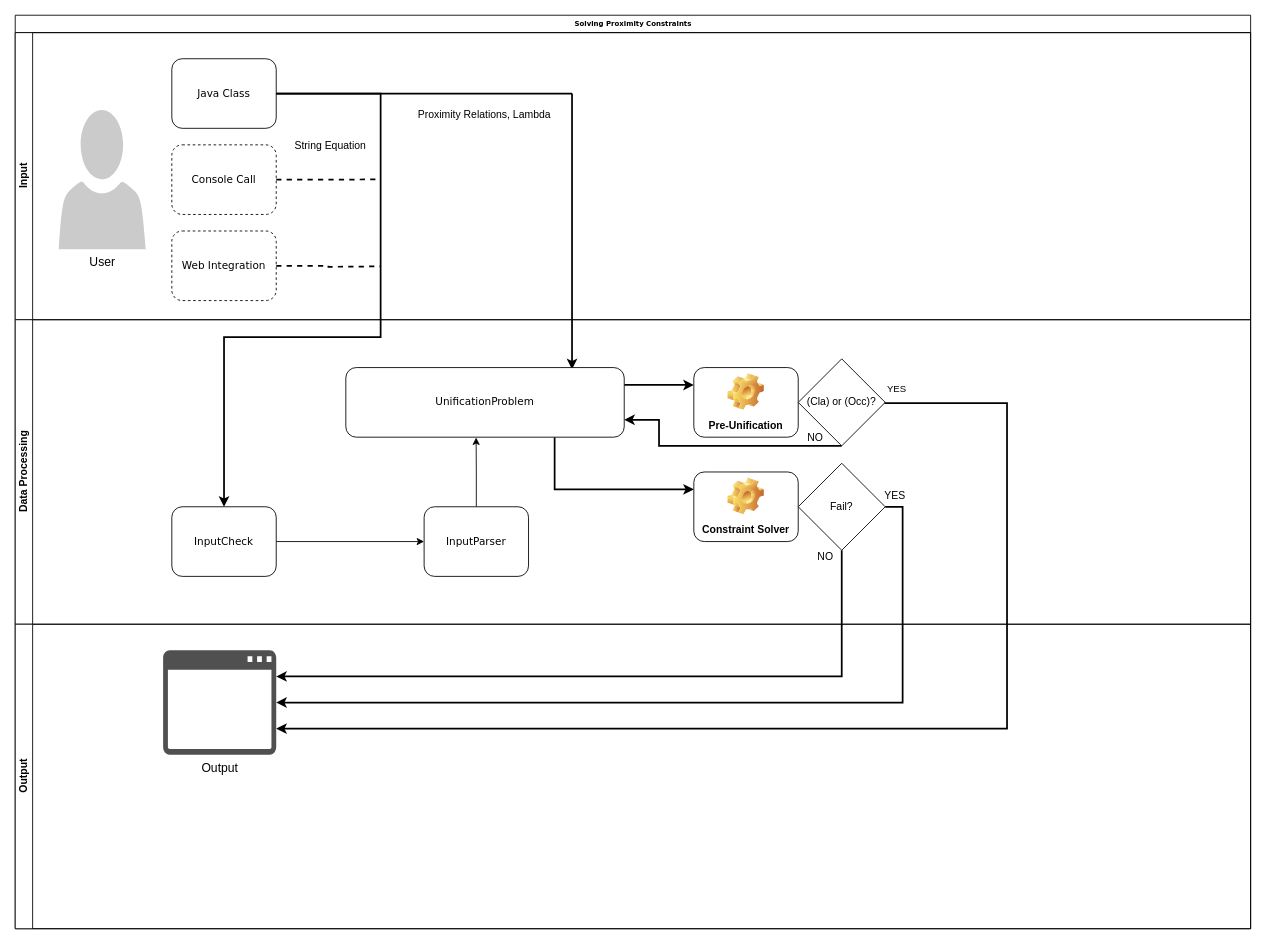
Before: Documentation/WorkFlow.drawio in SophieHofmanninger/Solving-proximity-constraints, a draw.io diagram. Source tidied: cells renumbered, new cells numbered last; positions are measured from the earlier drawing's top-left corner, leaving out a move shared by most shapes. Both pictures are drawn from the tidied source at 87%, with x=0, y=0 at pixel (15, 15).
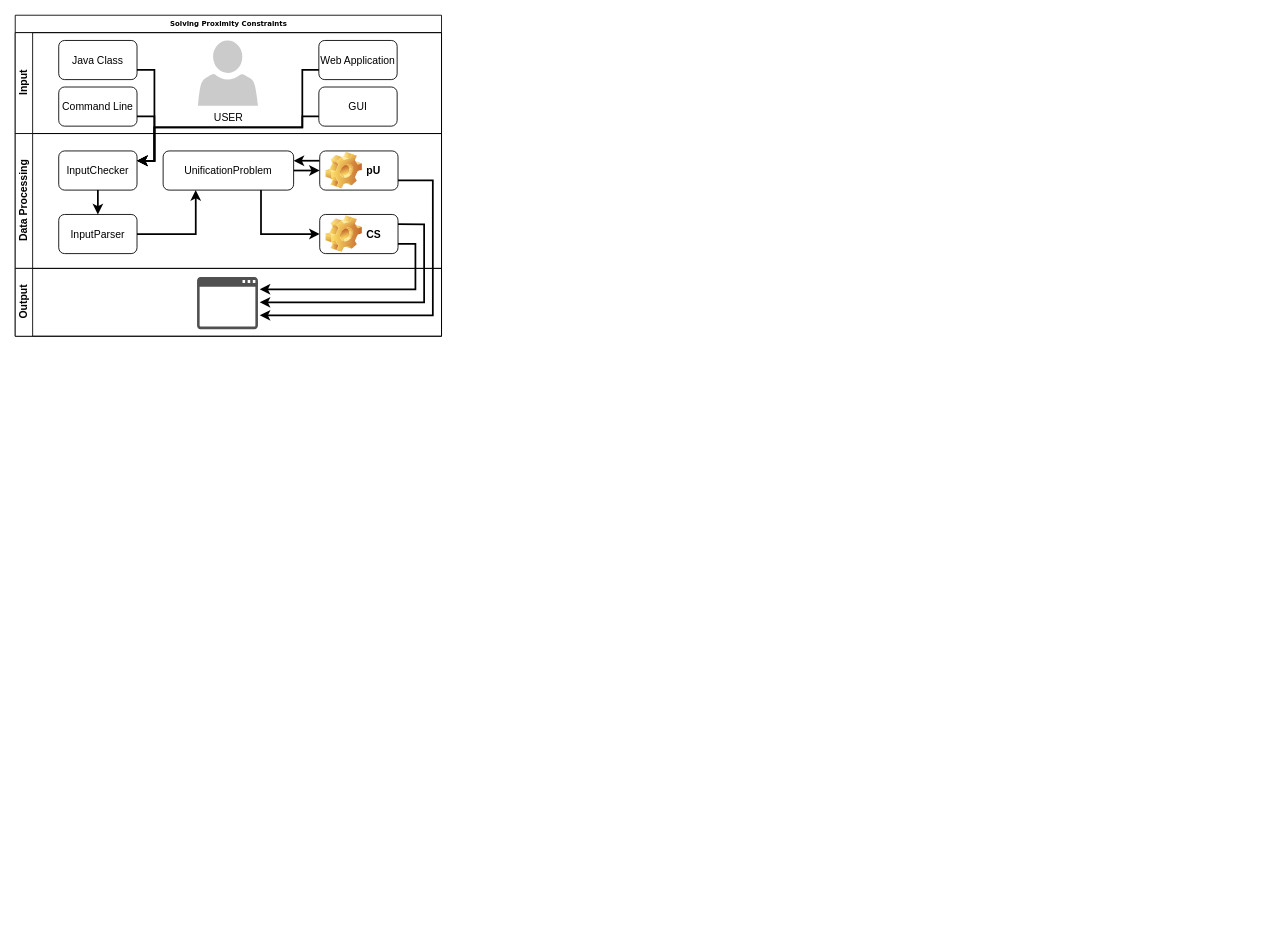
The same diagram, later.

Change to the diagram source:
```diff
@@
     <mxCell id="2" value="Solving Proximity Constraints" style="swimlane;html=1;horizontal=1;startSize=20;rounded=0;shadow=0;labelBackgroundColor=none;strokeColor=#000000;strokeWidth=1;fillColor=#ffffff;fontFamily=Verdana;fontSize=8;fontColor=#000000;align=center;" parent="1" vertex="1">
-      <mxGeometry width="1420" height="1050" as="geometry" />
+      <mxGeometry width="490" height="369" as="geometry" />
     </mxCell>
     <mxCell id="3" value="Input" style="swimlane;html=1;startSize=20;horizontal=0;" parent="2" vertex="1">
-      <mxGeometry y="20" width="1420" height="330" as="geometry" />
+      <mxGeometry y="20" width="490" height="116" as="geometry" />
     </mxCell>
+    <mxCell id="37" value="USER" style="shadow=0;dashed=0;html=1;strokeColor=none;labelPosition=center;verticalLabelPosition=bottom;verticalAlign=top;align=center;shape=mxgraph.office.users.user;fillColor=#CCCBCB;" parent="3" vertex="1">
+      <mxGeometry x="210" y="9" width="69" height="75" as="geometry" />
+    </mxCell>
-    <mxCell id="4" value="&lt;span style=&quot;font-size: 12px&quot;&gt;Java Class&lt;/span&gt;&lt;br&gt;" style="rounded=1;whiteSpace=wrap;html=1;shadow=0;labelBackgroundColor=none;strokeColor=#000000;strokeWidth=1;fillColor=#ffffff;fontFamily=Verdana;fontSize=8;fontColor=#000000;align=center;" parent="3" vertex="1">
-      <mxGeometry x="180" y="30" width="120" height="80" as="geometry" />
+    <mxCell id="4" value="Java Class" style="rounded=1;whiteSpace=wrap;html=1;" parent="3" vertex="1">
+      <mxGeometry x="50" y="9" width="90" height="45" as="geometry" />
     </mxCell>
-    <mxCell id="5" value="&lt;font style=&quot;font-size: 12px&quot;&gt;Console Call&lt;/font&gt;&lt;br&gt;" style="rounded=1;whiteSpace=wrap;html=1;shadow=0;labelBackgroundColor=none;strokeColor=#000000;strokeWidth=1;fillColor=#ffffff;fontFamily=Verdana;fontSize=8;fontColor=#000000;align=center;dashed=1;" parent="3" vertex="1">
-      <mxGeometry x="180" y="129" width="120" height="80" as="geometry" />
-    </mxCell>
-    <mxCell id="6" value="&lt;font style=&quot;font-size: 12px&quot;&gt;Web Integration&lt;/font&gt;&lt;br&gt;" style="rounded=1;whiteSpace=wrap;html=1;shadow=0;labelBackgroundColor=none;strokeColor=#000000;strokeWidth=1;fillColor=#ffffff;fontFamily=Verdana;fontSize=8;fontColor=#000000;align=center;dashed=1;" parent="3" vertex="1">
-      <mxGeometry x="180" y="228" width="120" height="80" as="geometry" />
-    </mxCell>
-    <mxCell id="7" value="&lt;font style=&quot;font-size: 14px&quot;&gt;User&lt;/font&gt;" style="shadow=0;dashed=0;html=1;strokeColor=none;labelPosition=center;verticalLabelPosition=bottom;verticalAlign=top;align=center;shape=mxgraph.office.users.user;fillColor=#CCCBCB;" parent="3" vertex="1">
-      <mxGeometry x="50" y="89" width="100" height="160" as="geometry" />
-    </mxCell>
-    <mxCell id="8" style="endArrow=none;html=1;shadow=0;strokeWidth=2;" parent="3" edge="1">
-      <mxGeometry relative="1" as="geometry">
-        <mxPoint x="300" y="70" as="sourcePoint" />
-        <mxPoint x="640" y="70" as="targetPoint" />
-      </mxGeometry>
-    </mxCell>
-    <mxCell id="9" style="endArrow=none;html=1;shadow=0;strokeWidth=2;endFill=0;startArrow=classic;startFill=1;" parent="3" edge="1">
-      <mxGeometry relative="1" as="geometry">
-        <mxPoint x="640" y="387" as="sourcePoint" />
-        <mxPoint x="640" y="70" as="targetPoint" />
-      </mxGeometry>
-    </mxCell>
-    <mxCell id="10" value="Proximity Relations, Lambda&lt;br&gt;" style="text;html=1;align=center;verticalAlign=middle;labelBackgroundColor=#ffffff;" parent="3" vertex="1">
-      <mxGeometry x="659.9" y="300.1" as="geometry">
-        <mxPoint x="-121" y="-206" as="offset" />
-      </mxGeometry>
-    </mxCell>
+    <mxCell id="38" value="Command Line" style="rounded=1;whiteSpace=wrap;html=1;" parent="3" vertex="1">
+      <mxGeometry x="50" y="62.5" width="90" height="45" as="geometry" />
+    </mxCell>
+    <mxCell id="39" value="Web Application" style="rounded=1;whiteSpace=wrap;html=1;" parent="3" vertex="1">
+      <mxGeometry x="349" y="9" width="90" height="45" as="geometry" />
+    </mxCell>
+    <mxCell id="40" value="GUI" style="rounded=1;whiteSpace=wrap;html=1;" parent="3" vertex="1">
+      <mxGeometry x="349" y="62.5" width="90" height="45" as="geometry" />
+    </mxCell>
     <mxCell id="11" value="Data Processing&lt;br&gt;" style="swimlane;html=1;startSize=20;horizontal=0;" parent="2" vertex="1">
-      <mxGeometry y="350" width="1420" height="350" as="geometry" />
+      <mxGeometry y="136" width="490" height="155" as="geometry" />
     </mxCell>
+    <mxCell id="41" style="edgeStyle=orthogonalEdgeStyle;rounded=0;jettySize=auto;html=1;exitX=0.5;exitY=1;exitDx=0;exitDy=0;entryX=0.5;entryY=0;entryDx=0;entryDy=0;endArrow=classic;endFill=1;strokeWidth=2;" parent="11" edge="1" source="42" target="13">
+      <mxGeometry relative="1" as="geometry" />
+    </mxCell>
+    <mxCell id="42" value="InputChecker" style="rounded=1;whiteSpace=wrap;html=1;" parent="11" vertex="1">
+      <mxGeometry x="50" y="20" width="90" height="45" as="geometry" />
+    </mxCell>
-    <mxCell id="12" style="edgeStyle=orthogonalEdgeStyle;rounded=0;jettySize=auto;html=1;exitX=0.5;exitY=0;exitDx=0;exitDy=0;entryX=0.468;entryY=1.005;entryDx=0;entryDy=0;entryPerimeter=0;" parent="11" edge="1" source="13" target="16">
+    <mxCell id="12" style="edgeStyle=orthogonalEdgeStyle;rounded=0;jettySize=auto;html=1;exitX=1;exitY=0.5;exitDx=0;exitDy=0;entryX=0.25;entryY=1;entryDx=0;entryDy=0;endArrow=classic;endFill=1;strokeWidth=2;" parent="11" edge="1" source="13" target="16">
       <mxGeometry relative="1" as="geometry" />
     </mxCell>
-    <mxCell id="13" value="&lt;span style=&quot;font-size: 12px&quot;&gt;InputParser&lt;/span&gt;&lt;br&gt;" style="rounded=1;whiteSpace=wrap;html=1;shadow=0;labelBackgroundColor=none;strokeColor=#000000;strokeWidth=1;fillColor=#ffffff;fontFamily=Verdana;fontSize=8;fontColor=#000000;align=center;" parent="11" vertex="1">
-      <mxGeometry x="470" y="215" width="120" height="80" as="geometry" />
+    <mxCell id="13" value="InputParser" style="rounded=1;whiteSpace=wrap;html=1;" parent="11" vertex="1">
+      <mxGeometry x="50" y="93" width="90" height="45" as="geometry" />
     </mxCell>
-    <mxCell id="14" style="edgeStyle=orthogonalEdgeStyle;rounded=0;comic=0;jumpStyle=none;jettySize=auto;html=1;exitX=1;exitY=0.25;exitDx=0;exitDy=0;entryX=0;entryY=0.25;entryDx=0;entryDy=0;shadow=0;startArrow=none;startFill=0;endArrow=classic;endFill=1;strokeWidth=2;" parent="11" edge="1" source="16" target="17">
-      <mxGeometry relative="1" as="geometry" />
-    </mxCell>
-    <mxCell id="15" style="edgeStyle=orthogonalEdgeStyle;rounded=0;comic=0;jumpStyle=none;jettySize=auto;html=1;exitX=0.75;exitY=1;exitDx=0;exitDy=0;entryX=0;entryY=0.25;entryDx=0;entryDy=0;shadow=0;startArrow=none;startFill=0;endArrow=classic;endFill=1;strokeWidth=2;" parent="11" edge="1" source="16" target="18">
-      <mxGeometry relative="1" as="geometry" />
-    </mxCell>
+    <mxCell id="43" style="edgeStyle=orthogonalEdgeStyle;rounded=0;jettySize=auto;html=1;exitX=1;exitY=0.5;exitDx=0;exitDy=0;entryX=0;entryY=0.5;entryDx=0;entryDy=0;endArrow=classic;endFill=1;strokeWidth=2;" parent="11" edge="1" source="16" target="46">
+      <mxGeometry relative="1" as="geometry" />
+    </mxCell>
+    <mxCell id="44" style="edgeStyle=orthogonalEdgeStyle;rounded=0;jettySize=auto;html=1;exitX=0.75;exitY=1;exitDx=0;exitDy=0;entryX=0;entryY=0.5;entryDx=0;entryDy=0;endArrow=classic;endFill=1;strokeWidth=2;" parent="11" edge="1" source="16" target="47">
+      <mxGeometry relative="1" as="geometry" />
+    </mxCell>
-    <mxCell id="16" value="&lt;span style=&quot;font-size: 12px&quot;&gt;UnificationProblem&lt;/span&gt;&lt;br&gt;" style="rounded=1;whiteSpace=wrap;html=1;shadow=0;labelBackgroundColor=none;strokeColor=#000000;strokeWidth=1;fillColor=#ffffff;fontFamily=Verdana;fontSize=8;fontColor=#000000;align=center;" parent="11" vertex="1">
-      <mxGeometry x="380" y="55" width="320" height="80" as="geometry" />
+    <mxCell id="16" value="UnificationProblem" style="rounded=1;whiteSpace=wrap;html=1;" parent="11" vertex="1">
+      <mxGeometry x="170" y="20" width="150" height="45" as="geometry" />
     </mxCell>
-    <mxCell id="17" value="Pre-Unification" style="label;whiteSpace=wrap;html=1;align=center;verticalAlign=bottom;spacingLeft=0;spacingBottom=4;imageAlign=center;imageVerticalAlign=top;image=img/clipart/Gear_128x128.png;" parent="11" vertex="1">
-      <mxGeometry x="780" y="55" width="120" height="80" as="geometry" />
-    </mxCell>
-    <mxCell id="18" value="Constraint Solver" style="label;whiteSpace=wrap;html=1;align=center;verticalAlign=bottom;spacingLeft=0;spacingBottom=4;imageAlign=center;imageVerticalAlign=top;image=img/clipart/Gear_128x128.png;" parent="11" vertex="1">
-      <mxGeometry x="780" y="175" width="120" height="80" as="geometry" />
-    </mxCell>
-    <mxCell id="19" style="edgeStyle=orthogonalEdgeStyle;rounded=0;comic=0;jumpStyle=none;jettySize=auto;html=1;exitX=0.5;exitY=1;exitDx=0;exitDy=0;exitPerimeter=0;entryX=1;entryY=0.75;entryDx=0;entryDy=0;shadow=0;startArrow=none;startFill=0;endArrow=classic;endFill=1;strokeWidth=2;" parent="11" edge="1" source="21" target="16">
-      <mxGeometry relative="1" as="geometry">
-        <Array as="points">
-          <mxPoint x="740" y="145" />
-          <mxPoint x="740" y="115" />
-        </Array>
-      </mxGeometry>
-    </mxCell>
-    <mxCell id="20" value="NO&amp;nbsp;" style="text;html=1;align=center;verticalAlign=middle;labelBackgroundColor=#ffffff;" parent="19" vertex="1">
-      <mxGeometry x="0.03" y="2" relative="1" as="geometry">
-        <mxPoint x="114" y="-12" as="offset" />
-      </mxGeometry>
-    </mxCell>
-    <mxCell id="21" value="(Cla) or (Occ)?" style="strokeWidth=1;html=1;shape=mxgraph.flowchart.decision;whiteSpace=wrap;" parent="11" vertex="1">
-      <mxGeometry x="900" y="45" width="100" height="100" as="geometry" />
-    </mxCell>
-    <mxCell id="22" value="Fail?" style="strokeWidth=1;html=1;shape=mxgraph.flowchart.decision;whiteSpace=wrap;" parent="11" vertex="1">
-      <mxGeometry x="900" y="165" width="100" height="100" as="geometry" />
-    </mxCell>
-    <mxCell id="23" style="edgeStyle=orthogonalEdgeStyle;rounded=0;jettySize=auto;html=1;exitX=1;exitY=0.5;exitDx=0;exitDy=0;entryX=0;entryY=0.5;entryDx=0;entryDy=0;" parent="11" edge="1" source="24" target="13">
-      <mxGeometry relative="1" as="geometry" />
-    </mxCell>
-    <mxCell id="24" value="&lt;span style=&quot;font-size: 12px&quot;&gt;InputCheck&lt;/span&gt;&lt;br&gt;" style="rounded=1;whiteSpace=wrap;html=1;shadow=0;labelBackgroundColor=none;strokeColor=#000000;strokeWidth=1;fillColor=#ffffff;fontFamily=Verdana;fontSize=8;fontColor=#000000;align=center;" parent="11" vertex="1">
-      <mxGeometry x="180" y="215" width="120" height="80" as="geometry" />
-    </mxCell>
+    <mxCell id="45" style="edgeStyle=orthogonalEdgeStyle;rounded=0;jettySize=auto;html=1;exitX=0;exitY=0.25;exitDx=0;exitDy=0;entryX=1;entryY=0.25;entryDx=0;entryDy=0;endArrow=classic;endFill=1;strokeWidth=2;" parent="11" edge="1" source="46" target="16">
+      <mxGeometry relative="1" as="geometry" />
+    </mxCell>
+    <mxCell id="46" value="pU" style="label;whiteSpace=wrap;html=1;image=img/clipart/Gear_128x128.png;" parent="11" vertex="1">
+      <mxGeometry x="350" y="20" width="90" height="45" as="geometry" />
+    </mxCell>
+    <mxCell id="47" value="CS" style="label;whiteSpace=wrap;html=1;image=img/clipart/Gear_128x128.png;" parent="11" vertex="1">
+      <mxGeometry x="350" y="93" width="90" height="45" as="geometry" />
+    </mxCell>
     <mxCell id="25" value="Output&lt;br&gt;" style="swimlane;html=1;startSize=20;horizontal=0;" parent="2" vertex="1">
-      <mxGeometry y="700" width="1420" height="350" as="geometry" />
+      <mxGeometry y="291" width="490" height="78" as="geometry" />
     </mxCell>
-    <mxCell id="26" value="&lt;font style=&quot;font-size: 14px&quot;&gt;Output&lt;/font&gt;" style="shadow=0;dashed=0;html=1;strokeColor=none;fillColor=#505050;labelPosition=center;verticalLabelPosition=bottom;verticalAlign=top;align=center;shape=mxgraph.office.concepts.application_generic;" parent="25" vertex="1">
-      <mxGeometry x="170" y="30" width="130" height="120" as="geometry" />
-    </mxCell>
-    <mxCell id="27" style="rounded=1;whiteSpace=wrap;html=1;dashed=1;strokeWidth=1;fillColor=none;strokeColor=none;" parent="25" vertex="1">
-      <mxGeometry x="170" y="30" width="130" height="120" as="geometry" />
-    </mxCell>
-    <mxCell id="28" style="edgeStyle=orthogonalEdgeStyle;rounded=0;jettySize=auto;html=1;exitX=1;exitY=0.5;exitDx=0;exitDy=0;endArrow=classic;endFill=1;startArrow=none;startFill=0;jumpStyle=none;shadow=0;strokeWidth=2;entryX=0.5;entryY=0;entryDx=0;entryDy=0;" parent="2" edge="1" source="4" target="24">
-      <mxGeometry relative="1" as="geometry">
-        <Array as="points">
-          <mxPoint x="420" y="90" />
-          <mxPoint x="420" y="370" />
-          <mxPoint x="240" y="370" />
-        </Array>
-      </mxGeometry>
-    </mxCell>
-    <mxCell id="29" value="String Equation&lt;br&gt;" style="text;html=1;align=center;verticalAlign=middle;labelBackgroundColor=#ffffff;" parent="28" vertex="1">
-      <mxGeometry x="-0.88" y="4" relative="1" as="geometry">
-        <mxPoint x="14" y="63" as="offset" />
-      </mxGeometry>
-    </mxCell>
-    <mxCell id="30" value="YES" style="edgeStyle=orthogonalEdgeStyle;rounded=0;comic=0;jumpStyle=none;jettySize=auto;html=1;exitX=1;exitY=0.5;exitDx=0;exitDy=0;exitPerimeter=0;shadow=0;startArrow=none;startFill=0;endArrow=classic;endFill=1;strokeWidth=2;entryX=1;entryY=0.75;entryDx=0;entryDy=0;" parent="2" edge="1" source="21" target="27">
-      <mxGeometry x="-0.98" y="16" relative="1" as="geometry">
-        <Array as="points">
-          <mxPoint x="1000" y="446" />
-          <mxPoint x="1140" y="446" />
-          <mxPoint x="1140" y="820" />
-        </Array>
-      </mxGeometry>
-    </mxCell>
-    <mxCell id="31" style="edgeStyle=orthogonalEdgeStyle;rounded=0;comic=0;jumpStyle=none;jettySize=auto;html=1;exitX=1;exitY=0.5;exitDx=0;exitDy=0;exitPerimeter=0;entryX=1;entryY=0.5;entryDx=0;entryDy=0;shadow=0;startArrow=none;startFill=0;endArrow=classic;endFill=1;strokeWidth=2;" parent="2" edge="1" source="22" target="27">
-      <mxGeometry relative="1" as="geometry" />
-    </mxCell>
-    <mxCell id="32" value="YES&lt;br&gt;" style="text;html=1;align=center;verticalAlign=middle;labelBackgroundColor=#ffffff;" parent="31" vertex="1">
-      <mxGeometry x="-0.88" y="-2" relative="1" as="geometry">
-        <mxPoint x="-8" y="-52" as="offset" />
-      </mxGeometry>
-    </mxCell>
-    <mxCell id="33" style="edgeStyle=orthogonalEdgeStyle;rounded=0;comic=0;jumpStyle=none;jettySize=auto;html=1;exitX=0.5;exitY=1;exitDx=0;exitDy=0;exitPerimeter=0;entryX=1;entryY=0.25;entryDx=0;entryDy=0;shadow=0;startArrow=none;startFill=0;endArrow=classic;endFill=1;strokeWidth=2;" parent="2" edge="1" source="22" target="27">
-      <mxGeometry relative="1" as="geometry" />
-    </mxCell>
-    <mxCell id="34" value="NO" style="text;html=1;align=center;verticalAlign=middle;labelBackgroundColor=#ffffff;" parent="33" vertex="1">
-      <mxGeometry x="-0.91" relative="1" as="geometry">
-        <mxPoint x="-19.5" y="-29" as="offset" />
-      </mxGeometry>
-    </mxCell>
-    <mxCell id="35" style="edgeStyle=orthogonalEdgeStyle;rounded=0;comic=0;jumpStyle=none;jettySize=auto;html=1;exitX=1;exitY=0.5;exitDx=0;exitDy=0;shadow=0;startArrow=none;startFill=0;endArrow=none;endFill=0;dashed=1;strokeWidth=2;" parent="1" edge="1" source="5">
-      <mxGeometry relative="1" as="geometry">
-        <mxPoint x="420" y="188.7" as="targetPoint" />
-      </mxGeometry>
-    </mxCell>
-    <mxCell id="36" style="edgeStyle=orthogonalEdgeStyle;rounded=0;comic=0;jumpStyle=none;jettySize=auto;html=1;exitX=1;exitY=0.5;exitDx=0;exitDy=0;shadow=0;dashed=1;startArrow=none;startFill=0;endArrow=none;endFill=0;strokeWidth=2;" parent="1" edge="1" source="6">
-      <mxGeometry relative="1" as="geometry">
-        <mxPoint x="420" y="288.7" as="targetPoint" />
-      </mxGeometry>
-    </mxCell>
+    <mxCell id="48" style="rounded=1;whiteSpace=wrap;html=1;strokeColor=none;" parent="25" vertex="1">
+      <mxGeometry x="210" y="9" width="71" height="60" as="geometry" />
+    </mxCell>
+    <mxCell id="49" style="edgeStyle=orthogonalEdgeStyle;rounded=0;jettySize=auto;html=1;exitX=1;exitY=0.75;exitDx=0;exitDy=0;entryX=1;entryY=0.75;entryDx=0;entryDy=0;endArrow=classic;endFill=1;strokeWidth=2;" parent="2" edge="1" source="46" target="48">
+      <mxGeometry relative="1" as="geometry">
+        <Array as="points">
+          <mxPoint x="480" y="190" />
+          <mxPoint x="480" y="345" />
+        </Array>
+      </mxGeometry>
+    </mxCell>
+    <mxCell id="50" style="edgeStyle=orthogonalEdgeStyle;rounded=0;jettySize=auto;html=1;exitX=1;exitY=0.75;exitDx=0;exitDy=0;entryX=1;entryY=0.25;entryDx=0;entryDy=0;endArrow=classic;endFill=1;strokeWidth=2;" parent="2" edge="1" source="47" target="48">
+      <mxGeometry relative="1" as="geometry" />
+    </mxCell>
+    <mxCell id="51" style="edgeStyle=orthogonalEdgeStyle;rounded=0;jettySize=auto;html=1;exitX=1;exitY=0.25;exitDx=0;exitDy=0;entryX=1;entryY=0.5;entryDx=0;entryDy=0;endArrow=classic;endFill=1;strokeWidth=2;" parent="2" edge="1" source="47" target="48">
+      <mxGeometry relative="1" as="geometry">
+        <Array as="points">
+          <mxPoint x="470" y="240" />
+          <mxPoint x="470" y="330" />
+        </Array>
+      </mxGeometry>
+    </mxCell>
+    <mxCell id="52" style="edgeStyle=orthogonalEdgeStyle;rounded=0;jettySize=auto;html=1;exitX=1;exitY=0.75;exitDx=0;exitDy=0;entryX=1;entryY=0.25;entryDx=0;entryDy=0;endArrow=classic;endFill=1;strokeWidth=2;" parent="2" edge="1" source="38" target="42">
+      <mxGeometry relative="1" as="geometry" />
+    </mxCell>
+    <mxCell id="53" style="edgeStyle=orthogonalEdgeStyle;rounded=0;jettySize=auto;html=1;exitX=1;exitY=0.75;exitDx=0;exitDy=0;entryX=1;entryY=0.25;entryDx=0;entryDy=0;endArrow=classic;endFill=1;strokeWidth=2;" parent="2" edge="1" source="4" target="42">
+      <mxGeometry relative="1" as="geometry" />
+    </mxCell>
+    <mxCell id="54" style="edgeStyle=orthogonalEdgeStyle;rounded=0;jettySize=auto;html=1;exitX=0;exitY=0.75;exitDx=0;exitDy=0;entryX=1;entryY=0.25;entryDx=0;entryDy=0;endArrow=classic;endFill=1;strokeWidth=2;" parent="2" edge="1" source="39" target="42">
+      <mxGeometry relative="1" as="geometry">
+        <Array as="points">
+          <mxPoint x="330" y="63" />
+          <mxPoint x="330" y="129" />
+          <mxPoint x="160" y="129" />
+          <mxPoint x="160" y="167" />
+        </Array>
+      </mxGeometry>
+    </mxCell>
+    <mxCell id="55" style="edgeStyle=orthogonalEdgeStyle;rounded=0;jettySize=auto;html=1;exitX=0;exitY=0.75;exitDx=0;exitDy=0;entryX=1;entryY=0.25;entryDx=0;entryDy=0;endArrow=classic;endFill=1;strokeWidth=2;" parent="2" edge="1" source="40" target="42">
+      <mxGeometry relative="1" as="geometry">
+        <Array as="points">
+          <mxPoint x="330" y="116" />
+          <mxPoint x="330" y="129" />
+          <mxPoint x="160" y="129" />
+          <mxPoint x="160" y="167" />
+        </Array>
+      </mxGeometry>
+    </mxCell>
+    <mxCell id="56" style="shadow=0;dashed=0;html=1;strokeColor=none;fillColor=#505050;labelPosition=center;verticalLabelPosition=bottom;verticalAlign=top;align=center;shape=mxgraph.office.concepts.application_generic;" parent="1" vertex="1">
+      <mxGeometry x="209" y="301" width="70" height="60" as="geometry" />
+    </mxCell>
```
